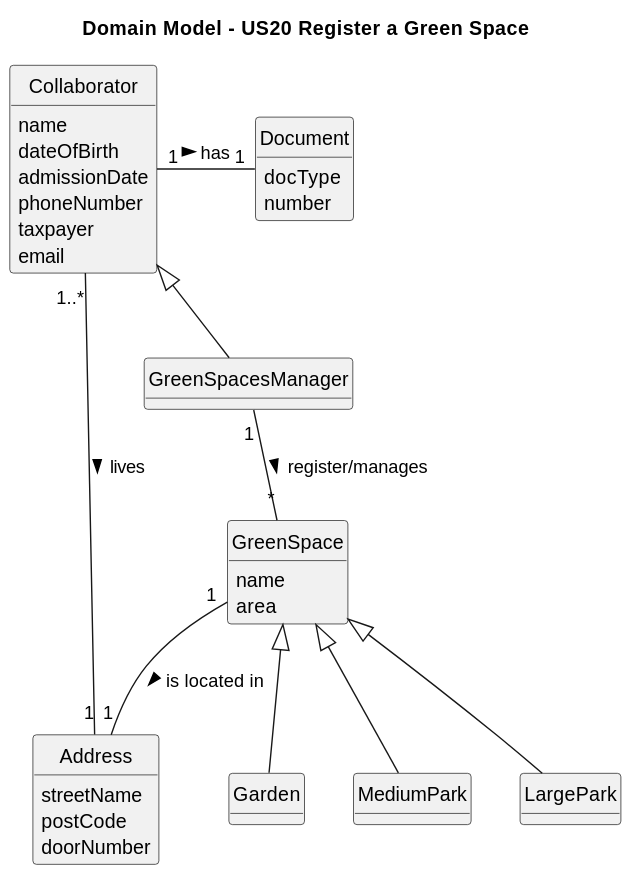
Departamento-de-Engenharia-Informatica/lei-24-s2-1db-g022 keeps this PlantUML diagram as docs/sprint3/us20/02.analysis/svg/us20-domain-model.svg. Above is the earlier version.
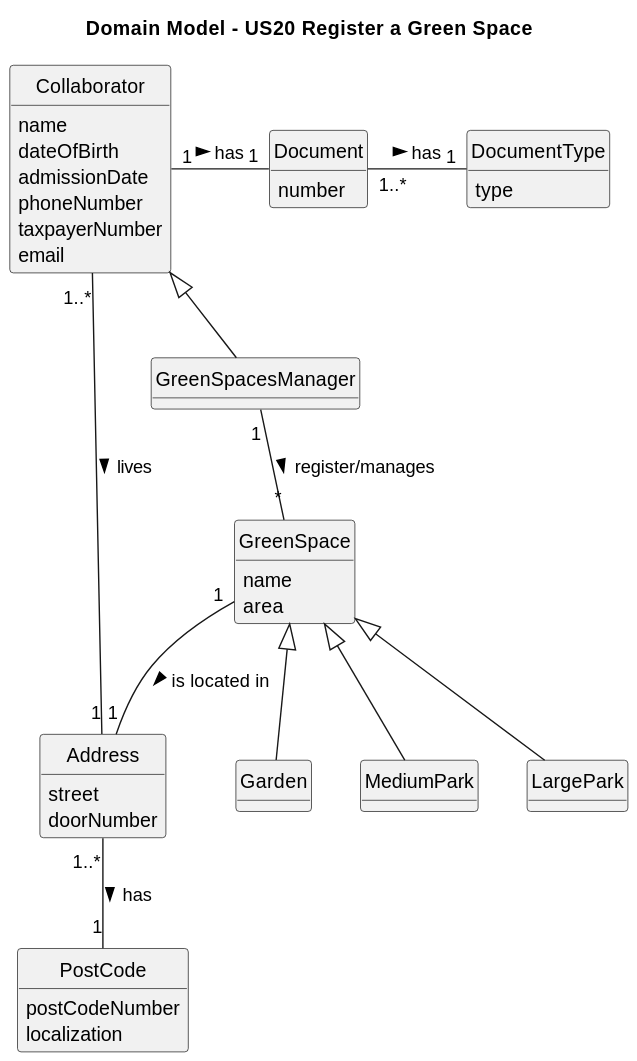
After the change.

Diff of the diagram source:
```diff
@@ -9,12 +9,17 @@
 title Domain Model - US20 Register a Green Space
 
 
+
+class PostCode{
+    postCodeNumber
+    localization
+}
 class Collaborator {
     name
     dateOfBirth
     admissionDate
     phoneNumber
-    taxpayer
+    taxpayerNumber
     email
 }
 
@@ -24,16 +29,17 @@
 }
 
 class Document{
-    docType
     number
 }
 
+class DocumentType{
+    type
+}
+
 class Address {
-    streetName
-    postCode
+    street
     doorNumber
 }
-
 
 class GreenSpacesManager {
 }
@@ -60,4 +66,8 @@
 GreenSpace <|-- Garden
 GreenSpace <|-- MediumPark
 GreenSpace <|-- LargePark
+
+Address "1..*" -- "1" PostCode : has >
+
+Document "1..*" - "1" DocumentType : has >
 @enduml
```
